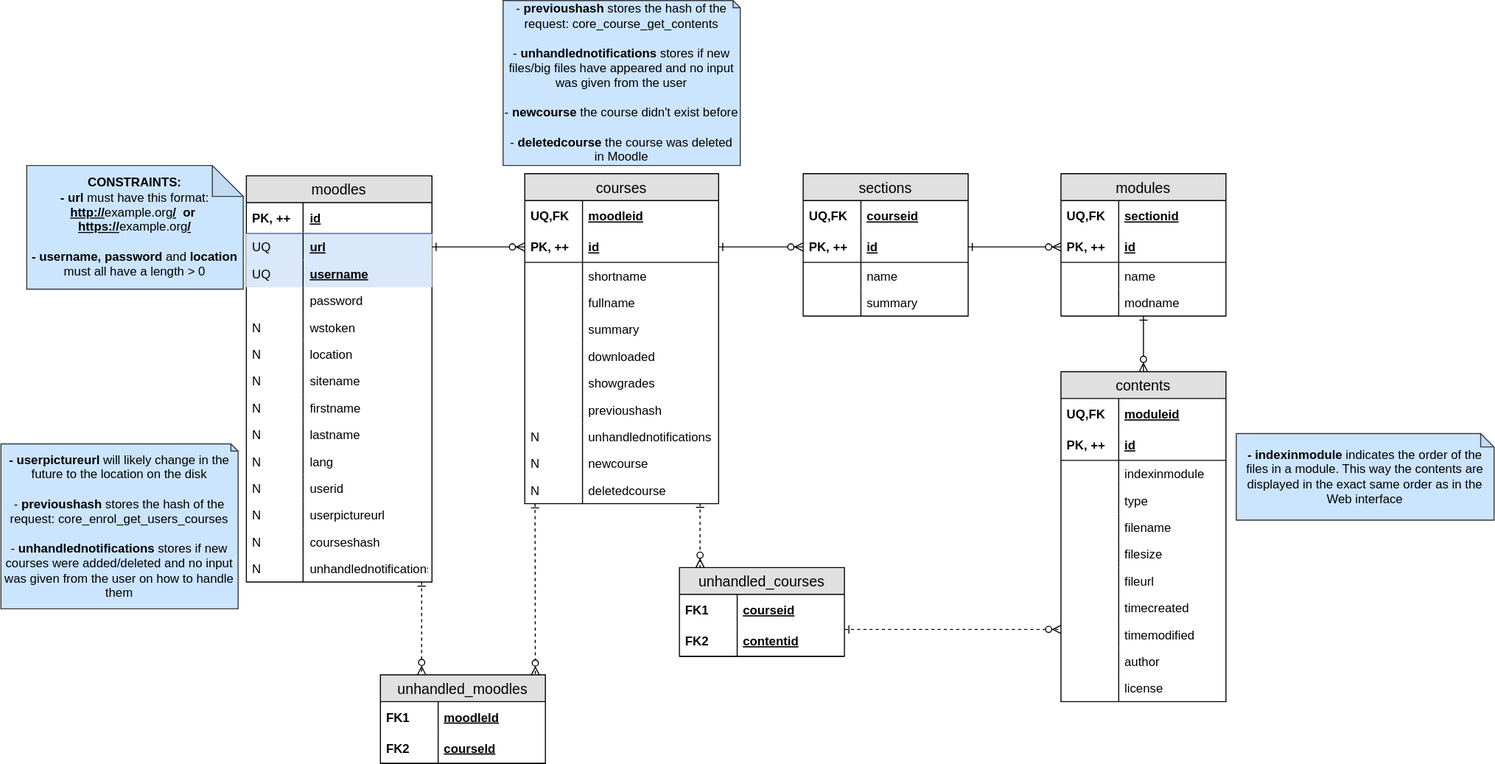
Earlier version of the draw.io export db/DB.svg (LiTO773/NoodleOld). Source tidied: cells renumbered, new cells last; positions are measured from the earlier drawing's top-left corner, leaving out a move shared by most shapes.
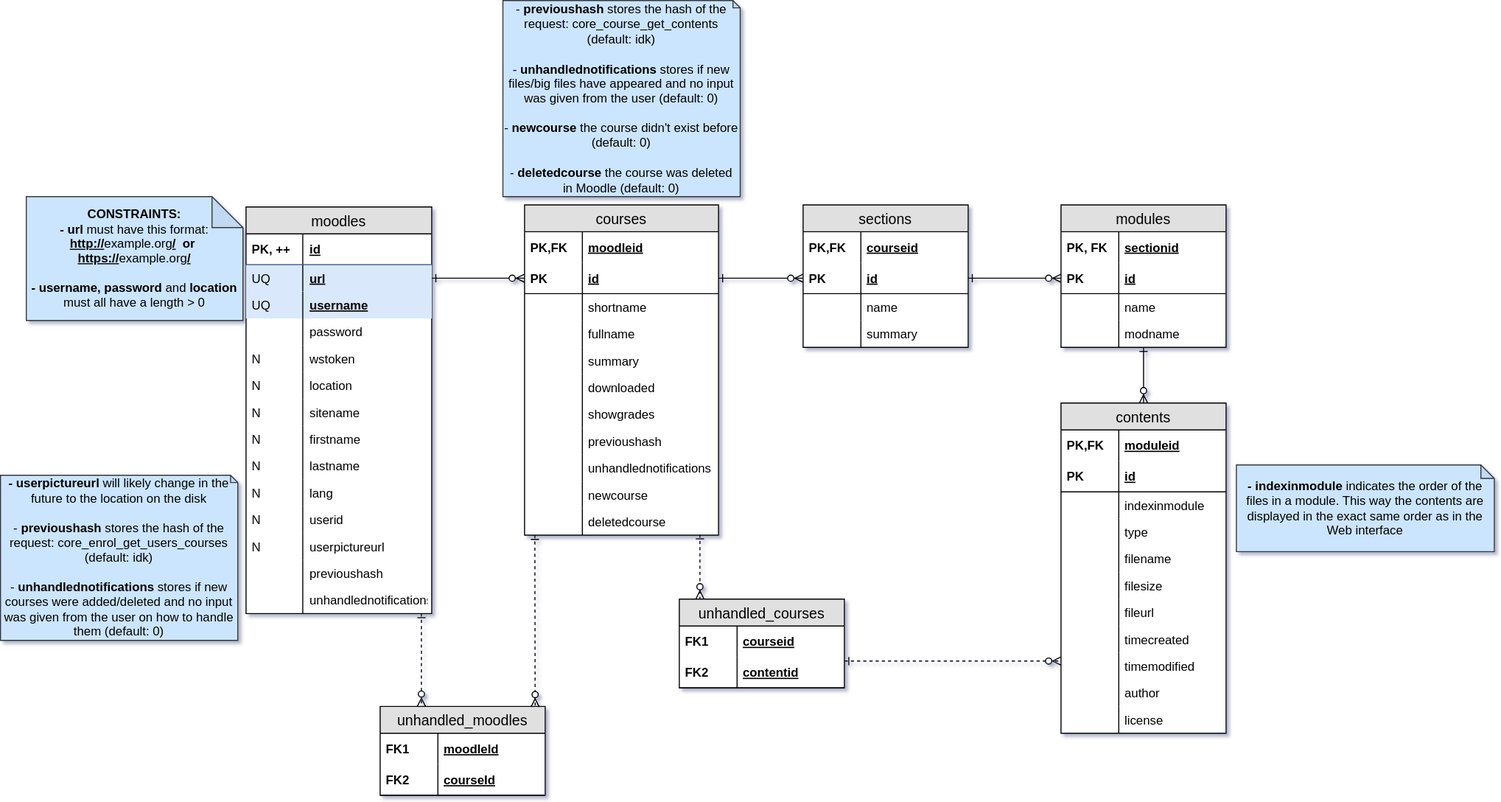
After the commit.

The edit, as a diff of the source:
```diff
@@ -77,22 +77,22 @@
     <mxCell id="26" value="N" style="shape=partialRectangle;top=0;left=0;bottom=0;fillColor=none;align=left;verticalAlign=top;spacingLeft=4;spacingRight=4;overflow=hidden;fontSize=12;" parent="25" vertex="1">
       <mxGeometry width="55" height="26" as="geometry" />
     </mxCell>
-    <mxCell id="27" value="courseshash" style="shape=partialRectangle;top=0;left=0;right=0;bottom=0;align=left;verticalAlign=middle;fillColor=none;spacingLeft=60;spacingRight=4;overflow=hidden;fontSize=12;fontStyle=0;" parent="2" vertex="1">
+    <mxCell id="27" value="previoushash" style="shape=partialRectangle;top=0;left=0;right=0;bottom=0;align=left;verticalAlign=middle;fillColor=none;spacingLeft=60;spacingRight=4;overflow=hidden;fontSize=12;fontStyle=0;" parent="2" vertex="1">
       <mxGeometry y="342" width="180" height="26" as="geometry" />
     </mxCell>
-    <mxCell id="28" value="N" style="shape=partialRectangle;top=0;left=0;bottom=0;fillColor=none;align=left;verticalAlign=top;spacingLeft=4;spacingRight=4;overflow=hidden;fontSize=12;" parent="27" vertex="1">
+    <mxCell id="28" style="shape=partialRectangle;top=0;left=0;bottom=0;fillColor=none;align=left;verticalAlign=top;spacingLeft=4;spacingRight=4;overflow=hidden;fontSize=12;" parent="27" vertex="1">
       <mxGeometry width="55" height="26" as="geometry" />
     </mxCell>
     <mxCell id="29" value="unhandlednotifications" style="shape=partialRectangle;top=0;left=0;right=0;bottom=0;align=left;verticalAlign=middle;fillColor=none;spacingLeft=60;spacingRight=4;overflow=hidden;fontSize=12;fontStyle=0;" parent="2" vertex="1">
       <mxGeometry y="368" width="180" height="26" as="geometry" />
     </mxCell>
-    <mxCell id="30" value="N" style="shape=partialRectangle;top=0;left=0;bottom=0;fillColor=none;align=left;verticalAlign=top;spacingLeft=4;spacingRight=4;overflow=hidden;fontSize=12;" parent="29" vertex="1">
+    <mxCell id="30" style="shape=partialRectangle;top=0;left=0;bottom=0;fillColor=none;align=left;verticalAlign=top;spacingLeft=4;spacingRight=4;overflow=hidden;fontSize=12;" parent="29" vertex="1">
       <mxGeometry width="55" height="26" as="geometry" />
     </mxCell>
     <mxCell id="31" value="&lt;b&gt;CONSTRAINTS:&lt;br&gt;- url&lt;/b&gt; must have this format:&lt;br&gt;&lt;b&gt;&lt;u&gt;http://&lt;/u&gt;&lt;/b&gt;example.org&lt;b&gt;&lt;u&gt;/&lt;/u&gt;&amp;nbsp; or&amp;nbsp; &lt;u&gt;https://&lt;/u&gt;&lt;/b&gt;example.org&lt;b&gt;&lt;u&gt;/&lt;br&gt;&lt;/u&gt;&lt;br&gt;- username, password &lt;/b&gt;and &lt;b&gt;location &lt;/b&gt;must all have a length &amp;gt; 0" style="shape=note;whiteSpace=wrap;html=1;backgroundOutline=1;darkOpacity=0.05;fillColor=#cce5ff;strokeColor=#36393d;" parent="1" vertex="1">
       <mxGeometry x="25" y="160" width="210" height="120" as="geometry" />
     </mxCell>
-    <mxCell id="32" value="&lt;b&gt;- userpictureurl &lt;/b&gt;will likely change in the future to the location on the disk&lt;br&gt;&lt;br&gt;&lt;div&gt;- &lt;b&gt;previoushash &lt;/b&gt;stores the hash of the request: core_enrol_get_users_courses&lt;/div&gt;&lt;div&gt;&lt;br&gt;&lt;/div&gt;&lt;div&gt;- &lt;b&gt;unhandlednotifications &lt;/b&gt;stores if new courses were added/deleted and no input was given from the user on how to handle them&lt;/div&gt;" style="shape=note;whiteSpace=wrap;html=1;backgroundOutline=1;darkOpacity=0.05;fillColor=#cce5ff;strokeColor=#36393d;size=7;align=center;" parent="1" vertex="1">
+    <mxCell id="32" value="&lt;b&gt;- userpictureurl &lt;/b&gt;will likely change in the future to the location on the disk&lt;br&gt;&lt;br&gt;&lt;div&gt;- &lt;b&gt;previoushash &lt;/b&gt;stores the hash of the request: core_enrol_get_users_courses (default: idk)&lt;/div&gt;&lt;div&gt;&lt;br&gt;&lt;/div&gt;&lt;div&gt;- &lt;b&gt;unhandlednotifications &lt;/b&gt;stores if new courses were added/deleted and no input was given from the user on how to handle them (default: 0)&lt;/div&gt;" style="shape=note;whiteSpace=wrap;html=1;backgroundOutline=1;darkOpacity=0.05;fillColor=#cce5ff;strokeColor=#36393d;size=7;align=center;" parent="1" vertex="1">
       <mxGeometry y="430" width="230" height="160" as="geometry" />
     </mxCell>
     <mxCell id="33" style="edgeStyle=orthogonalEdgeStyle;rounded=0;orthogonalLoop=1;jettySize=auto;html=1;exitX=0.5;exitY=1;exitDx=0;exitDy=0;exitPerimeter=0;" parent="1" edge="1">
@@ -107,13 +107,13 @@
     <mxCell id="35" value="moodleid" style="shape=partialRectangle;top=0;left=0;right=0;bottom=0;align=left;verticalAlign=middle;fillColor=none;spacingLeft=60;spacingRight=4;overflow=hidden;fontStyle=5;fontSize=12;" parent="34" vertex="1">
       <mxGeometry y="26" width="188" height="30" as="geometry" />
     </mxCell>
-    <mxCell id="36" value="UQ,FK" style="shape=partialRectangle;fontStyle=1;top=0;left=0;bottom=0;fillColor=none;align=left;verticalAlign=middle;spacingLeft=4;spacingRight=4;overflow=hidden;fontSize=12;" parent="35" vertex="1">
+    <mxCell id="36" value="PK,FK" style="shape=partialRectangle;fontStyle=1;top=0;left=0;bottom=0;fillColor=none;align=left;verticalAlign=middle;spacingLeft=4;spacingRight=4;overflow=hidden;fontSize=12;" parent="35" vertex="1">
       <mxGeometry width="56" height="30" as="geometry" />
     </mxCell>
     <mxCell id="37" value="id" style="shape=partialRectangle;top=0;left=0;right=0;bottom=1;align=left;verticalAlign=middle;fillColor=none;spacingLeft=60;spacingRight=4;overflow=hidden;points=[[0,0.5],[1,0.5]];portConstraint=eastwest;fontStyle=5;fontSize=12;" parent="34" vertex="1">
       <mxGeometry y="56" width="188" height="30" as="geometry" />
     </mxCell>
-    <mxCell id="38" value="PK, ++" style="shape=partialRectangle;fontStyle=1;top=0;left=0;bottom=0;fillColor=none;align=left;verticalAlign=middle;spacingLeft=4;spacingRight=4;overflow=hidden;fontSize=12;" parent="37" vertex="1">
+    <mxCell id="38" value="PK" style="shape=partialRectangle;fontStyle=1;top=0;left=0;bottom=0;fillColor=none;align=left;verticalAlign=middle;spacingLeft=4;spacingRight=4;overflow=hidden;fontSize=12;" parent="37" vertex="1">
       <mxGeometry width="56" height="30" as="geometry" />
     </mxCell>
     <mxCell id="39" value="shortname" style="shape=partialRectangle;top=0;left=0;right=0;bottom=0;align=left;verticalAlign=top;fillColor=none;spacingLeft=60;spacingRight=4;overflow=hidden;fontSize=12;" parent="34" vertex="1">
@@ -155,19 +155,19 @@
     <mxCell id="51" value="unhandlednotifications" style="shape=partialRectangle;top=0;left=0;right=0;bottom=0;align=left;verticalAlign=top;fillColor=none;spacingLeft=60;spacingRight=4;overflow=hidden;fontSize=12;" parent="34" vertex="1">
       <mxGeometry y="242" width="188" height="26" as="geometry" />
     </mxCell>
-    <mxCell id="52" value="N" style="shape=partialRectangle;top=0;left=0;bottom=0;fillColor=none;align=left;verticalAlign=top;spacingLeft=4;spacingRight=4;overflow=hidden;fontSize=12;" parent="51" vertex="1">
+    <mxCell id="52" style="shape=partialRectangle;top=0;left=0;bottom=0;fillColor=none;align=left;verticalAlign=top;spacingLeft=4;spacingRight=4;overflow=hidden;fontSize=12;" parent="51" vertex="1">
       <mxGeometry width="56" height="26" as="geometry" />
     </mxCell>
     <mxCell id="53" value="newcourse" style="shape=partialRectangle;top=0;left=0;right=0;bottom=0;align=left;verticalAlign=top;fillColor=none;spacingLeft=60;spacingRight=4;overflow=hidden;fontSize=12;" parent="34" vertex="1">
       <mxGeometry y="268" width="188" height="26" as="geometry" />
     </mxCell>
-    <mxCell id="54" value="N" style="shape=partialRectangle;top=0;left=0;bottom=0;fillColor=none;align=left;verticalAlign=top;spacingLeft=4;spacingRight=4;overflow=hidden;fontSize=12;" parent="53" vertex="1">
+    <mxCell id="54" style="shape=partialRectangle;top=0;left=0;bottom=0;fillColor=none;align=left;verticalAlign=top;spacingLeft=4;spacingRight=4;overflow=hidden;fontSize=12;" parent="53" vertex="1">
       <mxGeometry width="56" height="26" as="geometry" />
     </mxCell>
     <mxCell id="55" value="deletedcourse" style="shape=partialRectangle;top=0;left=0;right=0;bottom=0;align=left;verticalAlign=top;fillColor=none;spacingLeft=60;spacingRight=4;overflow=hidden;points=[[0,0.5],[1,0.5]];portConstraint=eastwest;fontSize=12;" parent="34" vertex="1">
       <mxGeometry y="294" width="188" height="26" as="geometry" />
     </mxCell>
-    <mxCell id="56" value="N" style="shape=partialRectangle;top=0;left=0;bottom=0;fillColor=none;align=left;verticalAlign=top;spacingLeft=4;spacingRight=4;overflow=hidden;fontSize=12;" parent="55" vertex="1">
+    <mxCell id="56" style="shape=partialRectangle;top=0;left=0;bottom=0;fillColor=none;align=left;verticalAlign=top;spacingLeft=4;spacingRight=4;overflow=hidden;fontSize=12;" parent="55" vertex="1">
       <mxGeometry width="56" height="26" as="geometry" />
     </mxCell>
     <mxCell id="57" style="fontSize=12;html=1;endArrow=ERzeroToMany;startArrow=ERone;entryX=0;entryY=0.5;entryDx=0;entryDy=0;exitX=1;exitY=0.5;exitDx=0;exitDy=0;startFill=0;" parent="1" edge="1" source="5" target="37">
@@ -179,13 +179,13 @@
     <mxCell id="59" value="courseid" style="shape=partialRectangle;top=0;left=0;right=0;bottom=0;align=left;verticalAlign=middle;fillColor=none;spacingLeft=60;spacingRight=4;overflow=hidden;fontStyle=5;fontSize=12;" parent="58" vertex="1">
       <mxGeometry y="26" width="160" height="30" as="geometry" />
     </mxCell>
-    <mxCell id="60" value="UQ,FK" style="shape=partialRectangle;fontStyle=1;top=0;left=0;bottom=0;fillColor=none;align=left;verticalAlign=middle;spacingLeft=4;spacingRight=4;overflow=hidden;fontSize=12;" parent="59" vertex="1">
+    <mxCell id="60" value="PK,FK" style="shape=partialRectangle;fontStyle=1;top=0;left=0;bottom=0;fillColor=none;align=left;verticalAlign=middle;spacingLeft=4;spacingRight=4;overflow=hidden;fontSize=12;" parent="59" vertex="1">
       <mxGeometry width="56" height="30" as="geometry" />
     </mxCell>
     <mxCell id="61" value="id" style="shape=partialRectangle;top=0;left=0;right=0;bottom=1;align=left;verticalAlign=middle;fillColor=none;spacingLeft=60;spacingRight=4;overflow=hidden;points=[[0,0.5],[1,0.5]];portConstraint=eastwest;fontStyle=5;fontSize=12;" parent="58" vertex="1">
       <mxGeometry y="56" width="160" height="30" as="geometry" />
     </mxCell>
-    <mxCell id="62" value="PK, ++" style="shape=partialRectangle;fontStyle=1;top=0;left=0;bottom=0;fillColor=none;align=left;verticalAlign=middle;spacingLeft=4;spacingRight=4;overflow=hidden;fontSize=12;" parent="61" vertex="1">
+    <mxCell id="62" value="PK" style="shape=partialRectangle;fontStyle=1;top=0;left=0;bottom=0;fillColor=none;align=left;verticalAlign=middle;spacingLeft=4;spacingRight=4;overflow=hidden;fontSize=12;" parent="61" vertex="1">
       <mxGeometry width="56" height="30" as="geometry" />
     </mxCell>
     <mxCell id="63" value="name" style="shape=partialRectangle;top=0;left=0;right=0;bottom=0;align=left;verticalAlign=top;fillColor=none;spacingLeft=60;spacingRight=4;overflow=hidden;fontSize=12;" parent="58" vertex="1">
@@ -209,13 +209,13 @@
     <mxCell id="69" value="sectionid" style="shape=partialRectangle;top=0;left=0;right=0;bottom=0;align=left;verticalAlign=middle;fillColor=none;spacingLeft=60;spacingRight=4;overflow=hidden;fontStyle=5;fontSize=12;" parent="68" vertex="1">
       <mxGeometry y="26" width="160" height="30" as="geometry" />
     </mxCell>
-    <mxCell id="70" value="UQ,FK" style="shape=partialRectangle;fontStyle=1;top=0;left=0;bottom=0;fillColor=none;align=left;verticalAlign=middle;spacingLeft=4;spacingRight=4;overflow=hidden;fontSize=12;" parent="69" vertex="1">
+    <mxCell id="70" value="PK, FK" style="shape=partialRectangle;fontStyle=1;top=0;left=0;bottom=0;fillColor=none;align=left;verticalAlign=middle;spacingLeft=4;spacingRight=4;overflow=hidden;fontSize=12;" parent="69" vertex="1">
       <mxGeometry width="56" height="30" as="geometry" />
     </mxCell>
     <mxCell id="71" value="id" style="shape=partialRectangle;top=0;left=0;right=0;bottom=1;align=left;verticalAlign=middle;fillColor=none;spacingLeft=60;spacingRight=4;overflow=hidden;points=[[0,0.5],[1,0.5]];portConstraint=eastwest;fontStyle=5;fontSize=12;" parent="68" vertex="1">
       <mxGeometry y="56" width="160" height="30" as="geometry" />
     </mxCell>
-    <mxCell id="72" value="PK, ++" style="shape=partialRectangle;fontStyle=1;top=0;left=0;bottom=0;fillColor=none;align=left;verticalAlign=middle;spacingLeft=4;spacingRight=4;overflow=hidden;fontSize=12;" parent="71" vertex="1">
+    <mxCell id="72" value="PK" style="shape=partialRectangle;fontStyle=1;top=0;left=0;bottom=0;fillColor=none;align=left;verticalAlign=middle;spacingLeft=4;spacingRight=4;overflow=hidden;fontSize=12;" parent="71" vertex="1">
       <mxGeometry width="56" height="30" as="geometry" />
     </mxCell>
     <mxCell id="73" value="name" style="shape=partialRectangle;top=0;left=0;right=0;bottom=0;align=left;verticalAlign=top;fillColor=none;spacingLeft=60;spacingRight=4;overflow=hidden;fontSize=12;" parent="68" vertex="1">
@@ -239,13 +239,13 @@
     <mxCell id="79" value="moduleid" style="shape=partialRectangle;top=0;left=0;right=0;bottom=0;align=left;verticalAlign=middle;fillColor=none;spacingLeft=60;spacingRight=4;overflow=hidden;fontStyle=5;fontSize=12;" parent="78" vertex="1">
       <mxGeometry y="26" width="160" height="30" as="geometry" />
     </mxCell>
-    <mxCell id="80" value="UQ,FK" style="shape=partialRectangle;fontStyle=1;top=0;left=0;bottom=0;fillColor=none;align=left;verticalAlign=middle;spacingLeft=4;spacingRight=4;overflow=hidden;fontSize=12;" parent="79" vertex="1">
+    <mxCell id="80" value="PK,FK" style="shape=partialRectangle;fontStyle=1;top=0;left=0;bottom=0;fillColor=none;align=left;verticalAlign=middle;spacingLeft=4;spacingRight=4;overflow=hidden;fontSize=12;" parent="79" vertex="1">
       <mxGeometry width="56" height="30" as="geometry" />
     </mxCell>
     <mxCell id="81" value="id" style="shape=partialRectangle;top=0;left=0;right=0;bottom=1;align=left;verticalAlign=middle;fillColor=none;spacingLeft=60;spacingRight=4;overflow=hidden;fontStyle=5;fontSize=12;" parent="78" vertex="1">
       <mxGeometry y="56" width="160" height="30" as="geometry" />
     </mxCell>
-    <mxCell id="82" value="PK, ++" style="shape=partialRectangle;fontStyle=1;top=0;left=0;bottom=0;fillColor=none;align=left;verticalAlign=middle;spacingLeft=4;spacingRight=4;overflow=hidden;fontSize=12;" parent="81" vertex="1">
+    <mxCell id="82" value="PK" style="shape=partialRectangle;fontStyle=1;top=0;left=0;bottom=0;fillColor=none;align=left;verticalAlign=middle;spacingLeft=4;spacingRight=4;overflow=hidden;fontSize=12;" parent="81" vertex="1">
       <mxGeometry width="56" height="30" as="geometry" />
     </mxCell>
     <mxCell id="83" value="indexinmodule" style="shape=partialRectangle;top=0;left=0;right=0;bottom=0;align=left;verticalAlign=top;fillColor=none;spacingLeft=60;spacingRight=4;overflow=hidden;fontSize=12;" parent="78" vertex="1">
@@ -308,8 +308,8 @@
     <mxCell id="102" value="&lt;b&gt;- indexinmodule &lt;/b&gt;indicates the order of the files in a module. This way the contents are displayed in the exact same order as in the Web interface" style="shape=note;whiteSpace=wrap;html=1;backgroundOutline=1;darkOpacity=0.05;fillColor=#cce5ff;strokeColor=#36393d;size=13;" parent="1" vertex="1">
       <mxGeometry x="1198" y="420" width="250" height="84" as="geometry" />
     </mxCell>
-    <mxCell id="103" value="- &lt;b&gt;previoushash&amp;nbsp;&lt;/b&gt;stores the hash of the request: core_course_get_contents&lt;br&gt;&lt;br&gt;-&amp;nbsp;&lt;b&gt;unhandlednotifications&amp;nbsp;&lt;/b&gt;stores if new files/big files have appeared and no input was given from the user&lt;br&gt;&lt;br&gt;- &lt;b&gt;newcourse &lt;/b&gt;the course didn't exist before&lt;br&gt;&lt;br&gt;- &lt;b&gt;deletedcourse &lt;/b&gt;the course was deleted in Moodle" style="shape=note;whiteSpace=wrap;html=1;backgroundOutline=1;darkOpacity=0.05;fillColor=#cce5ff;strokeColor=#36393d;size=7;align=center;" parent="1" vertex="1">
-      <mxGeometry x="487" width="230" height="160" as="geometry" />
+    <mxCell id="103" value="- &lt;b&gt;previoushash&amp;nbsp;&lt;/b&gt;stores the hash of the request: core_course_get_contents (default: idk)&lt;br&gt;&lt;br&gt;-&amp;nbsp;&lt;b&gt;unhandlednotifications&amp;nbsp;&lt;/b&gt;stores if new files/big files have appeared and no input was given from the user (default: 0)&lt;br&gt;&lt;br&gt;- &lt;b&gt;newcourse &lt;/b&gt;the course didn't exist before (default: 0)&lt;br&gt;&lt;br&gt;- &lt;b&gt;deletedcourse &lt;/b&gt;the course was deleted in Moodle (default: 0)" style="shape=note;whiteSpace=wrap;html=1;backgroundOutline=1;darkOpacity=0.05;fillColor=#cce5ff;strokeColor=#36393d;size=7;align=center;" parent="1" vertex="1">
+      <mxGeometry x="487" y="-30" width="230" height="190" as="geometry" />
     </mxCell>
     <mxCell id="104" value="unhandled_moodles" style="swimlane;fontStyle=0;horizontal=1;startSize=26;fillColor=#e0e0e0;swimlaneFillColor=#ffffff;align=center;fontSize=14;" parent="1" vertex="1">
       <mxGeometry x="368" y="654" width="160" height="86" as="geometry" />
```
